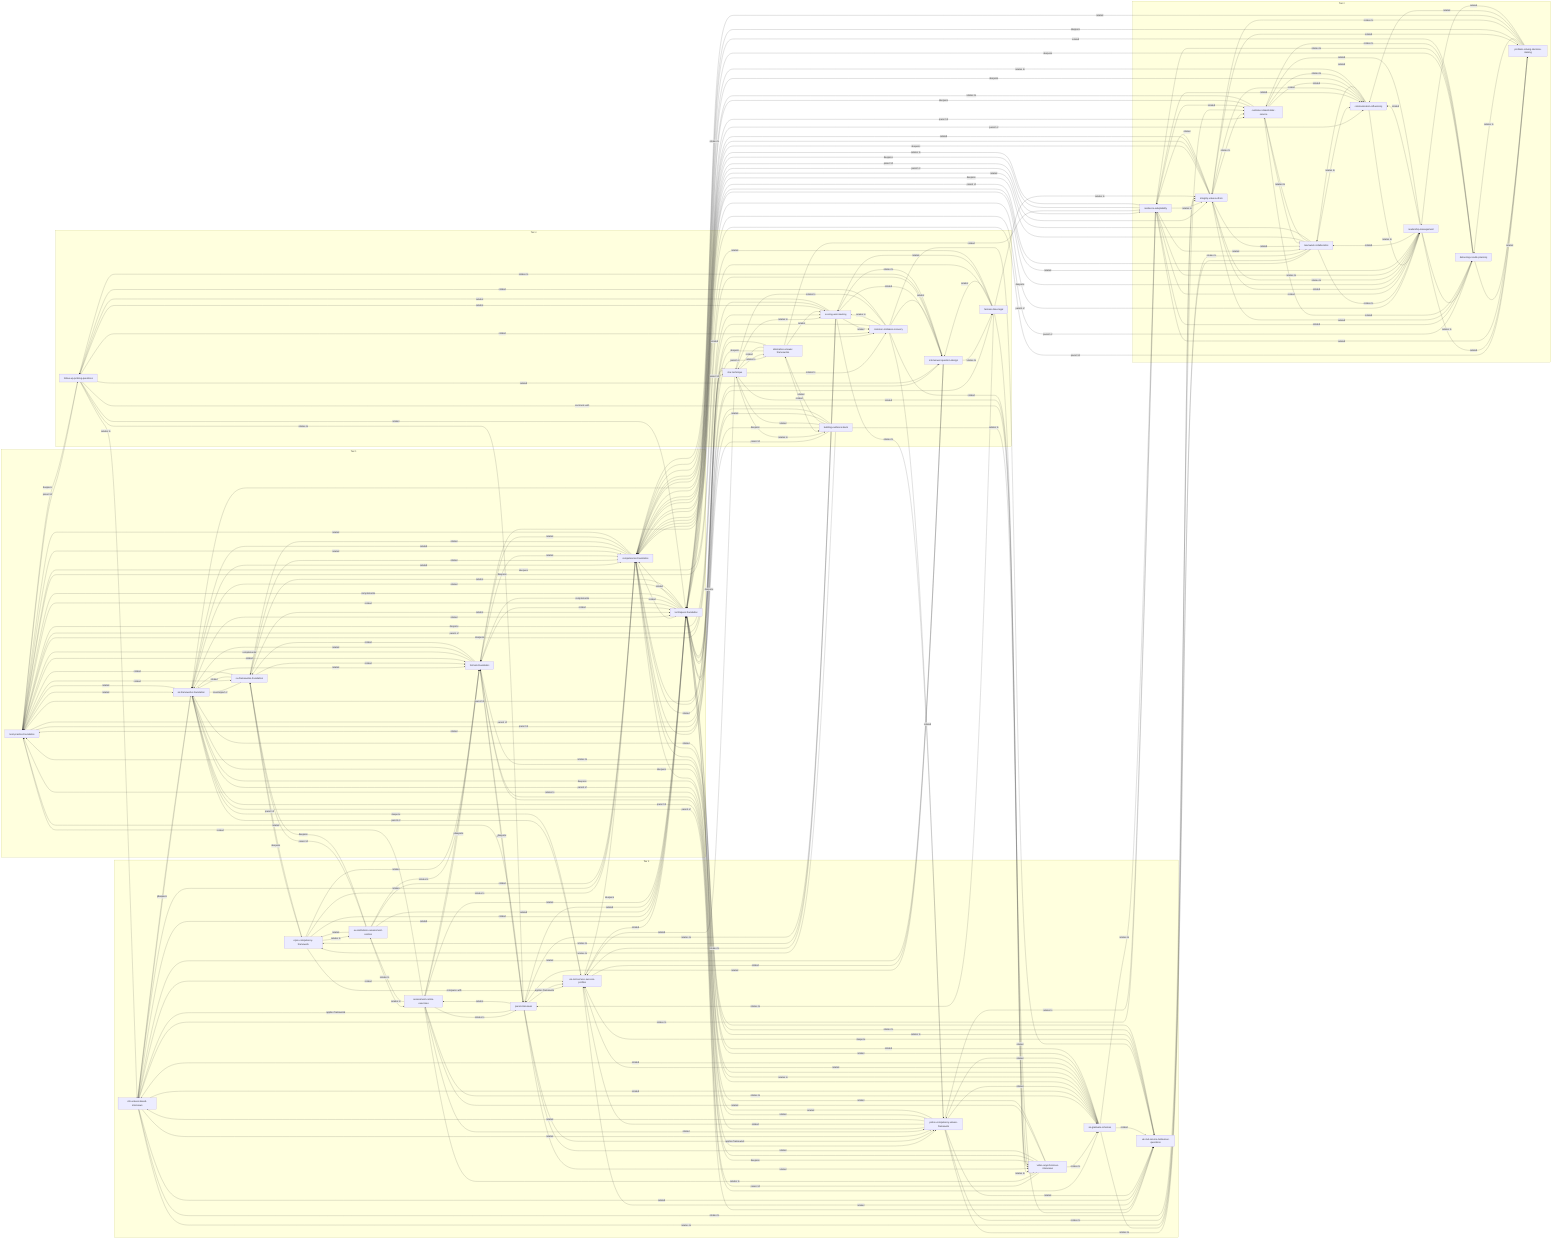
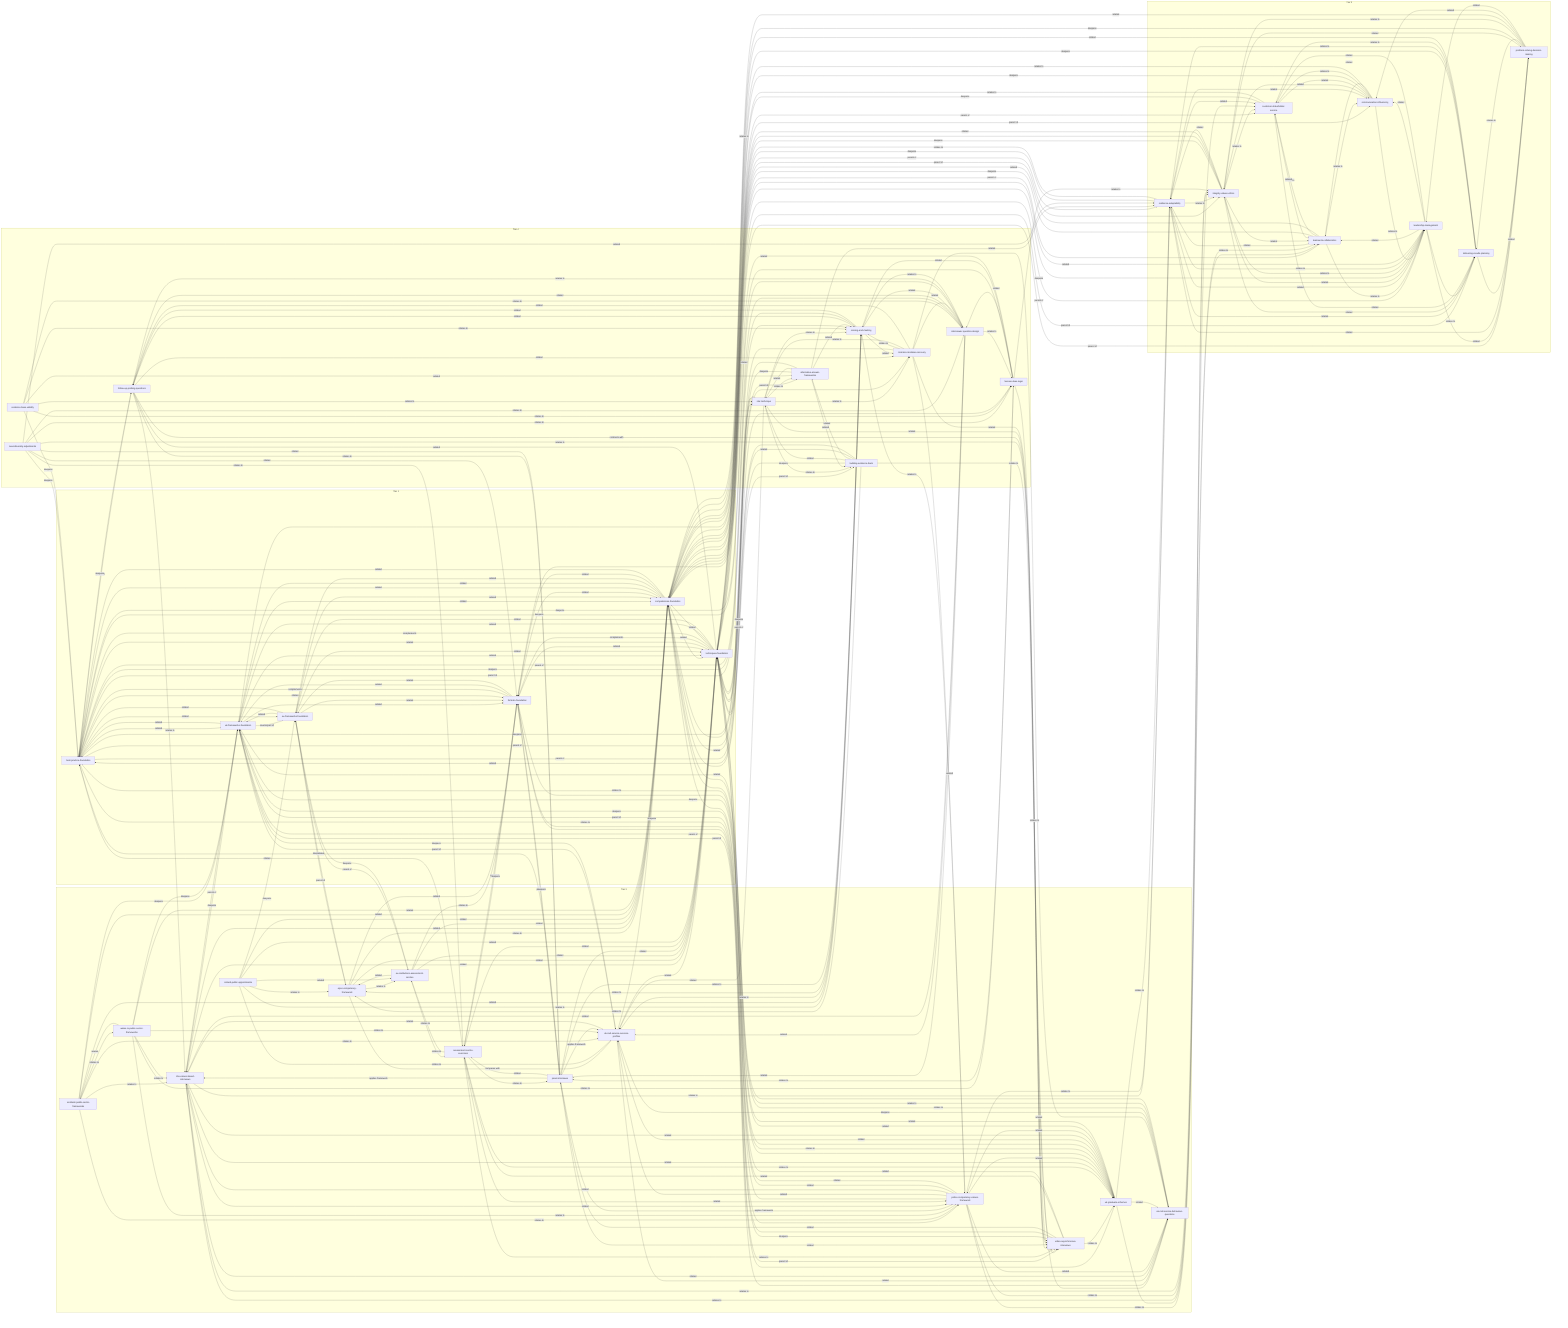
graph LR
  subgraph Tier1["Tier 1"]
    best_practice_foundation["best-practice-foundation"]
    competencies_foundation["competencies-foundation"]
    eu_frameworks_foundation["eu-frameworks-foundation"]
    formats_foundation["formats-foundation"]
    techniques_foundation["techniques-foundation"]
    uk_frameworks_foundation["uk-frameworks-foundation"]
  end
  subgraph Tier2["Tier 2"]
    communication_influencing["communication-influencing"]
    customer_stakeholder_service["customer-stakeholder-service"]
    delivering_results_planning["delivering-results-planning"]
    integrity_values_ethics["integrity-values-ethics"]
    leadership_management["leadership-management"]
    problem_solving_decision_making["problem-solving-decision-making"]
    resilience_adaptability["resilience-adaptability"]
    teamwork_collaboration["teamwork-collaboration"]
  end
  subgraph Tier3["Tier 3"]
    assessment_centre_exercises["assessment-centre-exercises"]
    epso_competency_framework["epso-competency-framework"]
    eu_institutions_assessment_centres["eu-institutions-assessment-centres"]
+     ireland_public_appointments["ireland-public-appointments"]
    nhs_values_based_interviews["nhs-values-based-interviews"]
    panel_interviews["panel-interviews"]
    police_competency_values_framework["police-competency-values-framework"]
+     scotland_public_sector_frameworks["scotland-public-sector-frameworks"]
    uk_civil_service_behaviour_questions["uk-civil-service-behaviour-questions"]
    uk_civil_service_success_profiles["uk-civil-service-success-profiles"]
    uk_graduate_schemes["uk-graduate-schemes"]
    video_asynchronous_interviews["video-asynchronous-interviews"]
+     wales_ni_public_sector_frameworks["wales-ni-public-sector-frameworks"]
  end
  subgraph Tier4["Tier 4"]
    alternative_answer_frameworks["alternative-answer-frameworks"]
    building_evidence_bank["building-evidence-bank"]
    common_mistakes_recovery["common-mistakes-recovery"]
+     evidence_base_validity["evidence-base-validity"]
    fairness_bias_legal["fairness-bias-legal"]
    follow_up_probing_questions["follow-up-probing-questions"]
    interviewer_question_design["interviewer-question-design"]
+     neurodiversity_adjustments["neurodiversity-adjustments"]
    scoring_and_marking["scoring-and-marking"]
    star_technique["star-technique"]
  end
  competencies_foundation -->|related| techniques_foundation
  competencies_foundation -->|related| uk_frameworks_foundation
  competencies_foundation -->|related| eu_frameworks_foundation
  competencies_foundation -->|related| formats_foundation
  competencies_foundation -->|related| best_practice_foundation
  uk_frameworks_foundation -->|counterpart of| eu_frameworks_foundation
  techniques_foundation -->|complements| formats_foundation
  techniques_foundation -->|complements| best_practice_foundation
  formats_foundation -->|complements| best_practice_foundation
  competencies_foundation -->|parent of| teamwork_collaboration
  competencies_foundation -->|parent of| communication_influencing
  competencies_foundation -->|parent of| leadership_management
  competencies_foundation -->|parent of| problem_solving_decision_making
  competencies_foundation -->|parent of| delivering_results_planning
  competencies_foundation -->|parent of| resilience_adaptability
  competencies_foundation -->|parent of| integrity_values_ethics
  competencies_foundation -->|parent of| customer_stakeholder_service
  teamwork_collaboration -->|deepens| competencies_foundation
  teamwork_collaboration -->|relates to| communication_influencing
  teamwork_collaboration -->|relates to| leadership_management
  teamwork_collaboration -->|relates to| customer_stakeholder_service
  communication_influencing -->|deepens| competencies_foundation
  communication_influencing -->|relates to| leadership_management
  communication_influencing -->|relates to| customer_stakeholder_service
  communication_influencing -->|relates to| techniques_foundation
  leadership_management -->|deepens| competencies_foundation
  leadership_management -->|relates to| delivering_results_planning
  leadership_management -->|relates to| integrity_values_ethics
  leadership_management -->|relates to| resilience_adaptability
  problem_solving_decision_making -->|deepens| competencies_foundation
  problem_solving_decision_making -->|relates to| delivering_results_planning
  problem_solving_decision_making -->|relates to| integrity_values_ethics
  delivering_results_planning -->|deepens| competencies_foundation
  delivering_results_planning -->|relates to| resilience_adaptability
  delivering_results_planning -->|relates to| customer_stakeholder_service
  resilience_adaptability -->|deepens| competencies_foundation
  resilience_adaptability -->|relates to| integrity_values_ethics
  resilience_adaptability -->|relates to| techniques_foundation
  integrity_values_ethics -->|deepens| competencies_foundation
  integrity_values_ethics -->|relates to| uk_frameworks_foundation
  integrity_values_ethics -->|relates to| customer_stakeholder_service
  customer_stakeholder_service -->|deepens| competencies_foundation
  customer_stakeholder_service -->|relates to| techniques_foundation
  techniques_foundation -->|parent of| star_technique
  techniques_foundation -->|parent of| alternative_answer_frameworks
  techniques_foundation -->|parent of| building_evidence_bank
  star_technique -->|deepens| techniques_foundation
  star_technique -->|relates to| alternative_answer_frameworks
  star_technique -->|relates to| building_evidence_bank
  star_technique -->|relates to| scoring_and_marking
  star_technique -->|relates to| common_mistakes_recovery
  alternative_answer_frameworks -->|deepens| techniques_foundation
  building_evidence_bank -->|deepens| techniques_foundation
  building_evidence_bank -->|relates to| uk_civil_service_behaviour_questions
  building_evidence_bank -->|relates to| epso_competency_framework
  uk_frameworks_foundation -->|parent of| uk_civil_service_success_profiles
  uk_frameworks_foundation -->|parent of| uk_civil_service_behaviour_questions
  uk_frameworks_foundation -->|parent of| nhs_values_based_interviews
  uk_frameworks_foundation -->|parent of| police_competency_values_framework
  uk_frameworks_foundation -->|parent of| uk_graduate_schemes
  uk_civil_service_success_profiles -->|deepens| uk_frameworks_foundation
  uk_civil_service_success_profiles -->|deepens| competencies_foundation
  uk_civil_service_behaviour_questions -->|deepens| uk_civil_service_success_profiles
  uk_civil_service_behaviour_questions -->|relates to| techniques_foundation
  uk_civil_service_behaviour_questions -->|relates to| competencies_foundation
  nhs_values_based_interviews -->|deepens| uk_frameworks_foundation
  nhs_values_based_interviews -->|relates to| integrity_values_ethics
  nhs_values_based_interviews -->|relates to| customer_stakeholder_service
  nhs_values_based_interviews -->|relates to| resilience_adaptability
  police_competency_values_framework -->|deepens| uk_frameworks_foundation
  police_competency_values_framework -->|relates to| integrity_values_ethics
  police_competency_values_framework -->|relates to| resilience_adaptability
  police_competency_values_framework -->|relates to| teamwork_collaboration
  uk_graduate_schemes -->|deepens| uk_frameworks_foundation
  uk_graduate_schemes -->|relates to| formats_foundation
  uk_graduate_schemes -->|relates to| best_practice_foundation
  uk_graduate_schemes -->|relates to| resilience_adaptability
  uk_graduate_schemes -->|relates to| teamwork_collaboration
  eu_frameworks_foundation -->|parent of| epso_competency_framework
  eu_frameworks_foundation -->|parent of| eu_institutions_assessment_centres
  epso_competency_framework -->|deepens| eu_frameworks_foundation
  epso_competency_framework -->|relates to| eu_institutions_assessment_centres
  epso_competency_framework -->|relates to| competencies_foundation
  epso_competency_framework -->|compares with| uk_civil_service_success_profiles
  eu_institutions_assessment_centres -->|deepens| eu_frameworks_foundation
  eu_institutions_assessment_centres -->|relates to| assessment_centre_exercises
  eu_institutions_assessment_centres -->|relates to| formats_foundation
+   ireland_public_appointments -->|deepens| eu_frameworks_foundation
+   ireland_public_appointments -->|relates to| epso_competency_framework
+   ireland_public_appointments -->|relates to| uk_civil_service_success_profiles
+   ireland_public_appointments -->|relates to| scoring_and_marking
+   scotland_public_sector_frameworks -->|deepens| uk_frameworks_foundation
+   scotland_public_sector_frameworks -->|relates to| uk_civil_service_success_profiles
+   scotland_public_sector_frameworks -->|relates to| police_competency_values_framework
+   scotland_public_sector_frameworks -->|relates to| nhs_values_based_interviews
+   scotland_public_sector_frameworks -->|relates to| wales_ni_public_sector_frameworks
+   wales_ni_public_sector_frameworks -->|deepens| uk_frameworks_foundation
+   wales_ni_public_sector_frameworks -->|relates to| uk_civil_service_success_profiles
+   wales_ni_public_sector_frameworks -->|relates to| police_competency_values_framework
+   wales_ni_public_sector_frameworks -->|relates to| nhs_values_based_interviews
+   wales_ni_public_sector_frameworks -->|relates to| fairness_bias_legal
+   neurodiversity_adjustments -->|deepens| best_practice_foundation
+   neurodiversity_adjustments -->|relates to| fairness_bias_legal
+   neurodiversity_adjustments -->|relates to| interviewer_question_design
+   neurodiversity_adjustments -->|relates to| video_asynchronous_interviews
+   neurodiversity_adjustments -->|relates to| assessment_centre_exercises
+   evidence_base_validity -->|deepens| best_practice_foundation
+   evidence_base_validity -->|relates to| scoring_and_marking
+   evidence_base_validity -->|relates to| interviewer_question_design
+   evidence_base_validity -->|relates to| fairness_bias_legal
+   evidence_base_validity -->|relates to| star_technique
  formats_foundation -->|parent of| panel_interviews
  formats_foundation -->|parent of| video_asynchronous_interviews
  formats_foundation -->|parent of| assessment_centre_exercises
  panel_interviews -->|deepens| formats_foundation
  panel_interviews -->|applies framework| uk_civil_service_success_profiles
  panel_interviews -->|applies framework| police_competency_values_framework
  panel_interviews -->|applies framework| nhs_values_based_interviews
  video_asynchronous_interviews -->|deepens| formats_foundation
  video_asynchronous_interviews -->|relates to| uk_graduate_schemes
  video_asynchronous_interviews -->|relates to| best_practice_foundation
  assessment_centre_exercises -->|deepens| formats_foundation
  assessment_centre_exercises -->|relates to| panel_interviews
  assessment_centre_exercises -->|relates to| video_asynchronous_interviews
  assessment_centre_exercises -->|relates to| eu_institutions_assessment_centres
  assessment_centre_exercises -->|relates to| uk_graduate_schemes
  best_practice_foundation -->|parent of| follow_up_probing_questions
  best_practice_foundation -->|parent of| scoring_and_marking
  best_practice_foundation -->|parent of| common_mistakes_recovery
  best_practice_foundation -->|parent of| interviewer_question_design
  best_practice_foundation -->|parent of| fairness_bias_legal
  scoring_and_marking -->|deepens| best_practice_foundation
  scoring_and_marking -->|relates to| uk_civil_service_success_profiles
  scoring_and_marking -->|relates to| police_competency_values_framework
  scoring_and_marking -->|relates to| epso_competency_framework
  scoring_and_marking -->|relates to| panel_interviews
  follow_up_probing_questions -->|deepens| best_practice_foundation
  follow_up_probing_questions -->|relates to| nhs_values_based_interviews
  follow_up_probing_questions -->|relates to| panel_interviews
  follow_up_probing_questions -->|contrasts with| video_asynchronous_interviews
  common_mistakes_recovery -->|deepens| best_practice_foundation
  common_mistakes_recovery -->|relates to| scoring_and_marking
  common_mistakes_recovery -->|relates to| star_technique
  interviewer_question_design -->|deepens| best_practice_foundation
  interviewer_question_design -->|relates to| follow_up_probing_questions
  interviewer_question_design -->|relates to| scoring_and_marking
  interviewer_question_design -->|relates to| fairness_bias_legal
  fairness_bias_legal -->|deepens| best_practice_foundation
  fairness_bias_legal -->|relates to| integrity_values_ethics
  fairness_bias_legal -->|relates to| video_asynchronous_interviews
  fairness_bias_legal -->|relates to| panel_interviews
  techniques_foundation -->|related| competencies_foundation
  techniques_foundation -->|related| uk_frameworks_foundation
  techniques_foundation -->|related| eu_frameworks_foundation
  uk_frameworks_foundation -->|related| competencies_foundation
  uk_frameworks_foundation -->|related| techniques_foundation
  uk_frameworks_foundation -->|related| formats_foundation
  uk_frameworks_foundation -->|related| best_practice_foundation
  eu_frameworks_foundation -->|related| competencies_foundation
  eu_frameworks_foundation -->|related| techniques_foundation
  eu_frameworks_foundation -->|related| uk_frameworks_foundation
  eu_frameworks_foundation -->|related| formats_foundation
  eu_frameworks_foundation -->|related| best_practice_foundation
  formats_foundation -->|related| competencies_foundation
  formats_foundation -->|related| techniques_foundation
  formats_foundation -->|related| uk_frameworks_foundation
  formats_foundation -->|related| eu_frameworks_foundation
  best_practice_foundation -->|related| competencies_foundation
  best_practice_foundation -->|related| techniques_foundation
  best_practice_foundation -->|related| uk_frameworks_foundation
  best_practice_foundation -->|related| eu_frameworks_foundation
  best_practice_foundation -->|related| formats_foundation
  teamwork_collaboration -->|related| techniques_foundation
  communication_influencing -->|related| teamwork_collaboration
  leadership_management -->|related| techniques_foundation
  leadership_management -->|related| teamwork_collaboration
  leadership_management -->|related| communication_influencing
  leadership_management -->|related| problem_solving_decision_making
  leadership_management -->|related| customer_stakeholder_service
  problem_solving_decision_making -->|related| techniques_foundation
  problem_solving_decision_making -->|related| communication_influencing
  problem_solving_decision_making -->|related| leadership_management
  delivering_results_planning -->|related| techniques_foundation
  delivering_results_planning -->|related| problem_solving_decision_making
  resilience_adaptability -->|related| teamwork_collaboration
  resilience_adaptability -->|related| communication_influencing
  resilience_adaptability -->|related| leadership_management
  resilience_adaptability -->|related| problem_solving_decision_making
  resilience_adaptability -->|related| delivering_results_planning
  resilience_adaptability -->|related| customer_stakeholder_service
  integrity_values_ethics -->|related| techniques_foundation
  integrity_values_ethics -->|related| teamwork_collaboration
  integrity_values_ethics -->|related| communication_influencing
  integrity_values_ethics -->|related| leadership_management
  integrity_values_ethics -->|related| problem_solving_decision_making
  integrity_values_ethics -->|related| delivering_results_planning
  integrity_values_ethics -->|related| resilience_adaptability
  customer_stakeholder_service -->|related| teamwork_collaboration
  customer_stakeholder_service -->|related| communication_influencing
  customer_stakeholder_service -->|related| delivering_results_planning
  uk_civil_service_success_profiles -->|related| uk_civil_service_behaviour_questions
  uk_civil_service_success_profiles -->|related| techniques_foundation
  uk_civil_service_behaviour_questions -->|related| uk_frameworks_foundation
  nhs_values_based_interviews -->|related| uk_civil_service_success_profiles
  nhs_values_based_interviews -->|related| uk_civil_service_behaviour_questions
  nhs_values_based_interviews -->|related| police_competency_values_framework
  nhs_values_based_interviews -->|related| uk_graduate_schemes
  nhs_values_based_interviews -->|related| competencies_foundation
  nhs_values_based_interviews -->|related| techniques_foundation
  police_competency_values_framework -->|related| uk_civil_service_success_profiles
  police_competency_values_framework -->|related| uk_civil_service_behaviour_questions
  police_competency_values_framework -->|related| nhs_values_based_interviews
  police_competency_values_framework -->|related| uk_graduate_schemes
  police_competency_values_framework -->|related| competencies_foundation
  police_competency_values_framework -->|related| techniques_foundation
  uk_graduate_schemes -->|related| uk_civil_service_success_profiles
  uk_graduate_schemes -->|related| uk_civil_service_behaviour_questions
  uk_graduate_schemes -->|related| nhs_values_based_interviews
  uk_graduate_schemes -->|related| police_competency_values_framework
  uk_graduate_schemes -->|related| competencies_foundation
  uk_graduate_schemes -->|related| techniques_foundation
  epso_competency_framework -->|related| techniques_foundation
  epso_competency_framework -->|related| formats_foundation
  eu_institutions_assessment_centres -->|related| epso_competency_framework
  eu_institutions_assessment_centres -->|related| competencies_foundation
  eu_institutions_assessment_centres -->|related| techniques_foundation
  panel_interviews -->|related| video_asynchronous_interviews
  panel_interviews -->|related| assessment_centre_exercises
  panel_interviews -->|related| best_practice_foundation
  panel_interviews -->|related| techniques_foundation
  video_asynchronous_interviews -->|related| panel_interviews
  video_asynchronous_interviews -->|related| assessment_centre_exercises
  video_asynchronous_interviews -->|related| techniques_foundation
  assessment_centre_exercises -->|related| police_competency_values_framework
  assessment_centre_exercises -->|related| best_practice_foundation
  assessment_centre_exercises -->|related| techniques_foundation
  star_technique -->|related| competencies_foundation
  star_technique -->|related| uk_civil_service_success_profiles
  star_technique -->|related| video_asynchronous_interviews
  alternative_answer_frameworks -->|related| star_technique
  alternative_answer_frameworks -->|related| building_evidence_bank
  alternative_answer_frameworks -->|related| competencies_foundation
  alternative_answer_frameworks -->|related| resilience_adaptability
  alternative_answer_frameworks -->|related| scoring_and_marking
  building_evidence_bank -->|related| star_technique
  building_evidence_bank -->|related| alternative_answer_frameworks
  building_evidence_bank -->|related| competencies_foundation
  building_evidence_bank -->|related| best_practice_foundation
  follow_up_probing_questions -->|related| scoring_and_marking
  follow_up_probing_questions -->|related| common_mistakes_recovery
  follow_up_probing_questions -->|related| interviewer_question_design
  follow_up_probing_questions -->|related| techniques_foundation
  scoring_and_marking -->|related| follow_up_probing_questions
  scoring_and_marking -->|related| common_mistakes_recovery
  scoring_and_marking -->|related| interviewer_question_design
  common_mistakes_recovery -->|related| follow_up_probing_questions
  common_mistakes_recovery -->|related| interviewer_question_design
  common_mistakes_recovery -->|related| uk_civil_service_behaviour_questions
  common_mistakes_recovery -->|related| police_competency_values_framework
  common_mistakes_recovery -->|related| video_asynchronous_interviews
  interviewer_question_design -->|related| panel_interviews
  interviewer_question_design -->|related| uk_civil_service_success_profiles
  interviewer_question_design -->|related| nhs_values_based_interviews
  fairness_bias_legal -->|related| interviewer_question_design
  fairness_bias_legal -->|related| scoring_and_marking
  fairness_bias_legal -->|related| formats_foundation
+   ireland_public_appointments -->|related| eu_institutions_assessment_centres
+   ireland_public_appointments -->|related| competencies_foundation
+   ireland_public_appointments -->|related| techniques_foundation
+   scotland_public_sector_frameworks -->|related| scoring_and_marking
+   scotland_public_sector_frameworks -->|related| competencies_foundation
+   wales_ni_public_sector_frameworks -->|related| scotland_public_sector_frameworks
+   wales_ni_public_sector_frameworks -->|related| competencies_foundation
+   neurodiversity_adjustments -->|related| panel_interviews
+   neurodiversity_adjustments -->|related| formats_foundation
+   neurodiversity_adjustments -->|related| resilience_adaptability
+   evidence_base_validity -->|related| alternative_answer_frameworks
